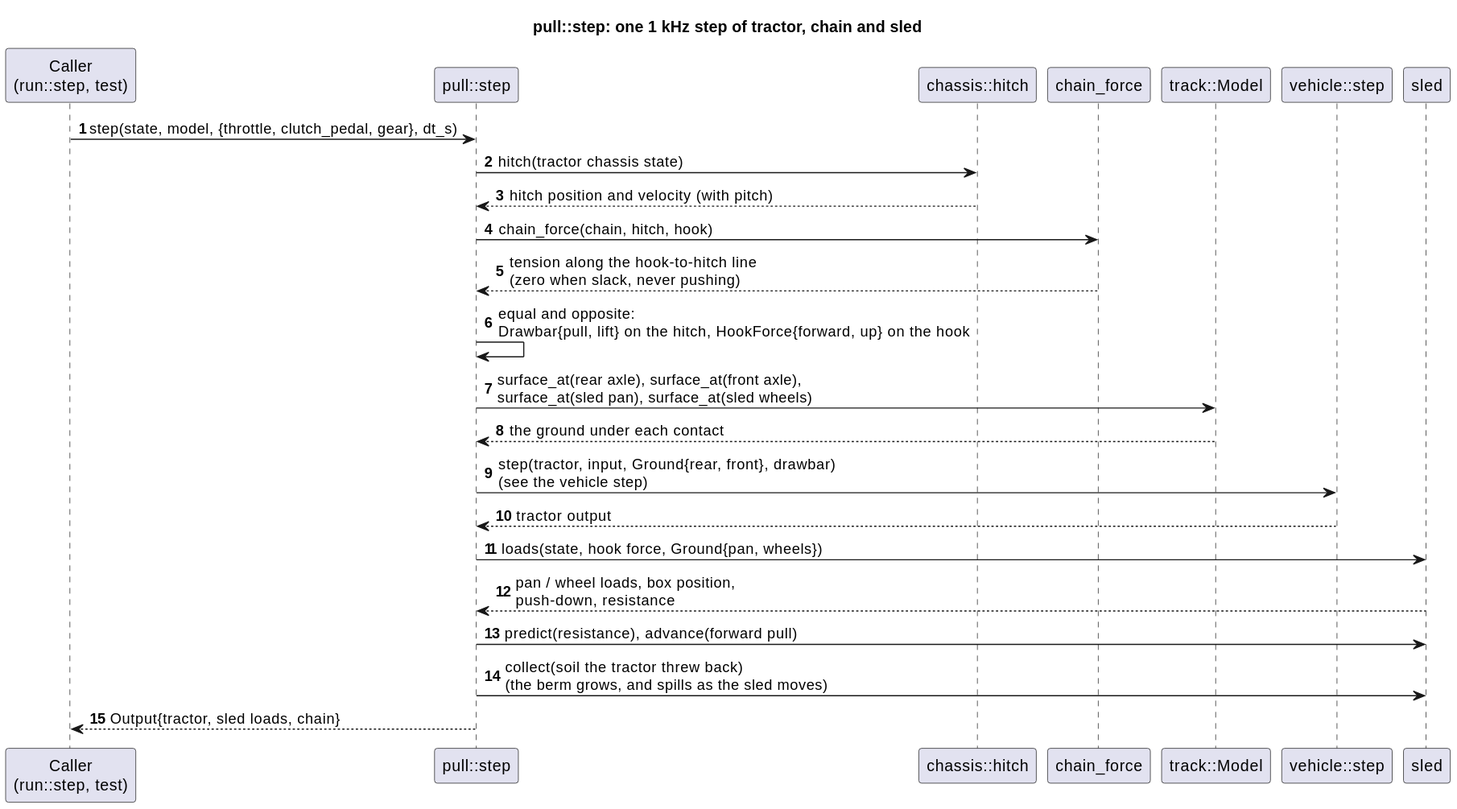
Earlier version of the PlantUML export docs/diagrams/svg/pull_step_sequence.svg (wversteeg/TractorPulling).
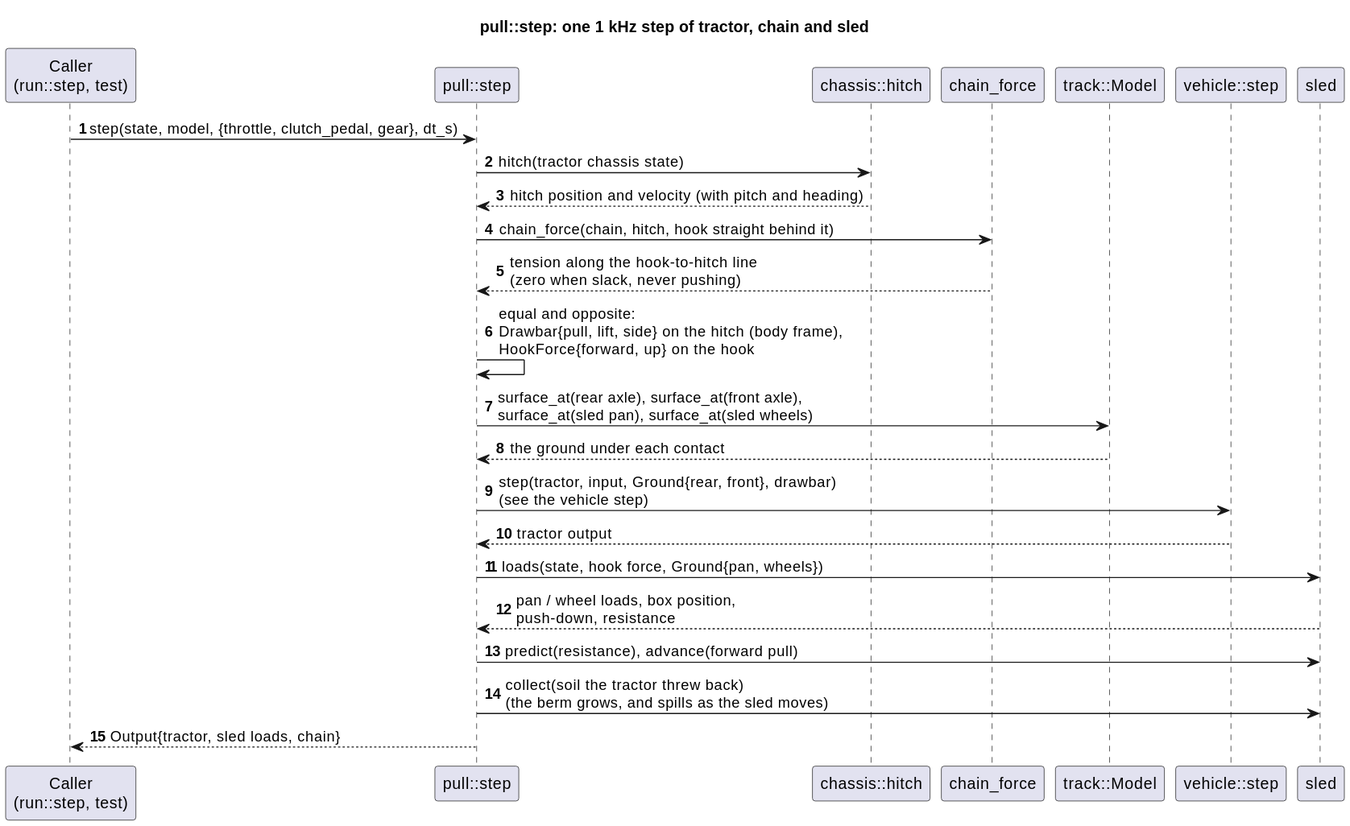
After the change.

Change to the diagram source:
```diff
@@ -11,10 +11,10 @@
 
 Caller -> Step : step(state, model, {throttle, clutch_pedal, gear}, dt_s)
 Step -> Hitch : hitch(tractor chassis state)
-Hitch --> Step : hitch position and velocity (with pitch)
-Step -> Chain : chain_force(chain, hitch, hook)
+Hitch --> Step : hitch position and velocity (with pitch and heading)
+Step -> Chain : chain_force(chain, hitch, hook straight behind it)
 Chain --> Step : tension along the hook-to-hitch line\n(zero when slack, never pushing)
-Step -> Step : equal and opposite:\nDrawbar{pull, lift} on the hitch, HookForce{forward, up} on the hook
+Step -> Step : equal and opposite:\nDrawbar{pull, lift, side} on the hitch (body frame),\nHookForce{forward, up} on the hook
 Step -> Track : surface_at(rear axle), surface_at(front axle),\nsurface_at(sled pan), surface_at(sled wheels)
 Track --> Step : the ground under each contact
 Step -> Vehicle : step(tractor, input, Ground{rear, front}, drawbar)\n(see the vehicle step)
```
